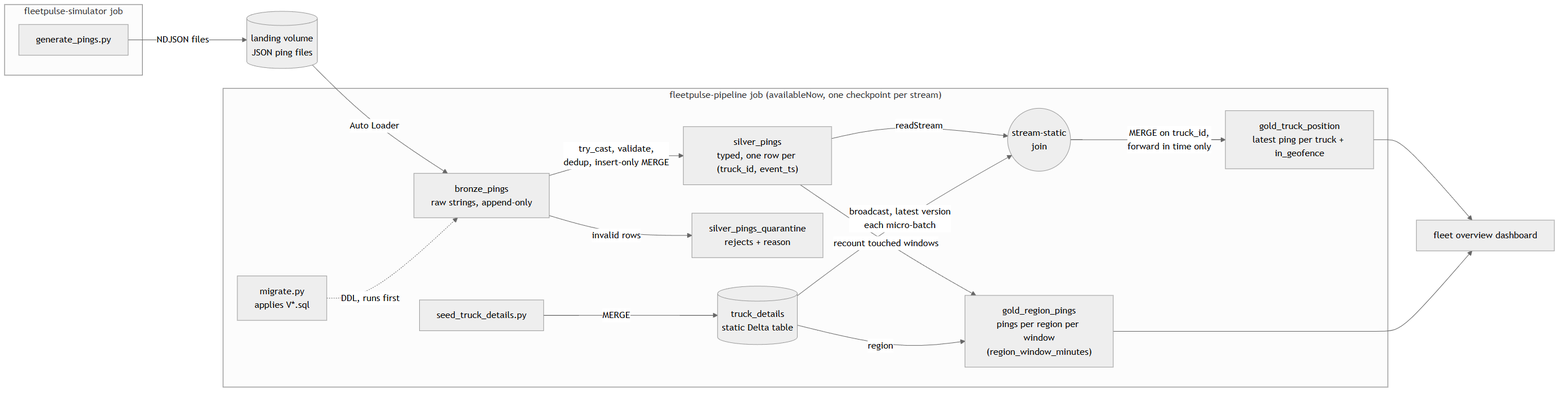
Above: docs/architecture.png in kamillarasulovaengineer-glitch/fleetpulse-lakehouse (Mermaid), before the change. Its source is kept beside it as docs/architecture.mmd.
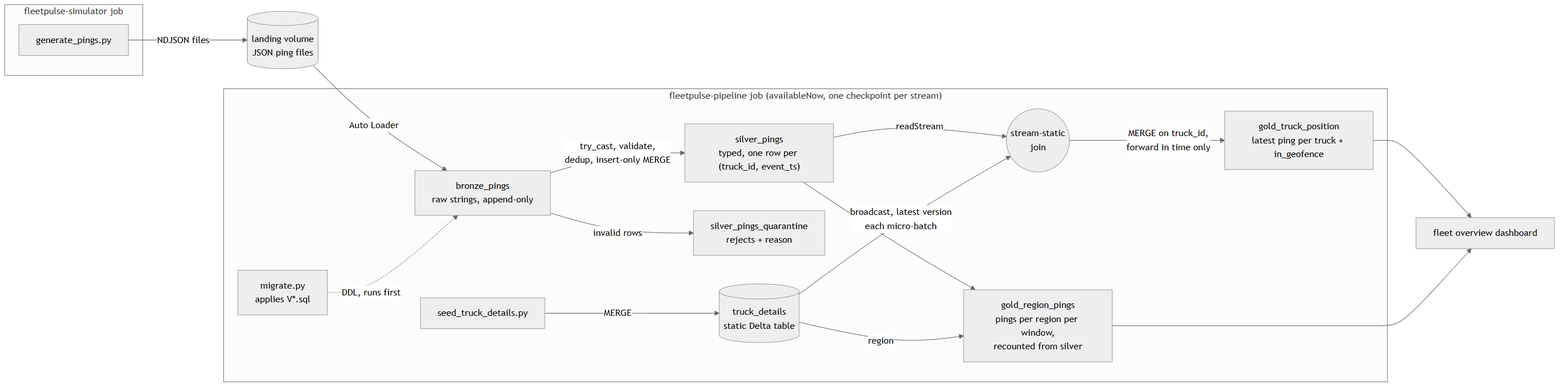
After the commit.

Commit message:
Docs: configuration, CI/CD flow, region windows

The edit, as a diff of the source:
```diff
@@ -15,7 +15,7 @@
         trucks[("truck_details<br/>static Delta table")]
         join(("stream-static<br/>join"))
         gold["gold_truck_position<br/>latest ping per truck + in_geofence"]
-        goldwin["gold_region_pings<br/>pings per region per window<br/>(region_window_minutes)"]
+        goldwin["gold_region_pings<br/>pings per region per window,<br/>recounted from silver"]
     end
 
     dashboard["fleet overview dashboard"]
@@ -29,7 +29,7 @@
     trucks -->|"broadcast, latest version<br/>each micro-batch"| join
     join -->|"MERGE on truck_id,<br/>forward in time only"| gold
     migrate -.->|"DDL, runs first"| bronze
-    silver -->|"recount touched windows"| goldwin
+    silver --> goldwin
     trucks -->|"region"| goldwin
     gold --> dashboard
     goldwin --> dashboard
```
